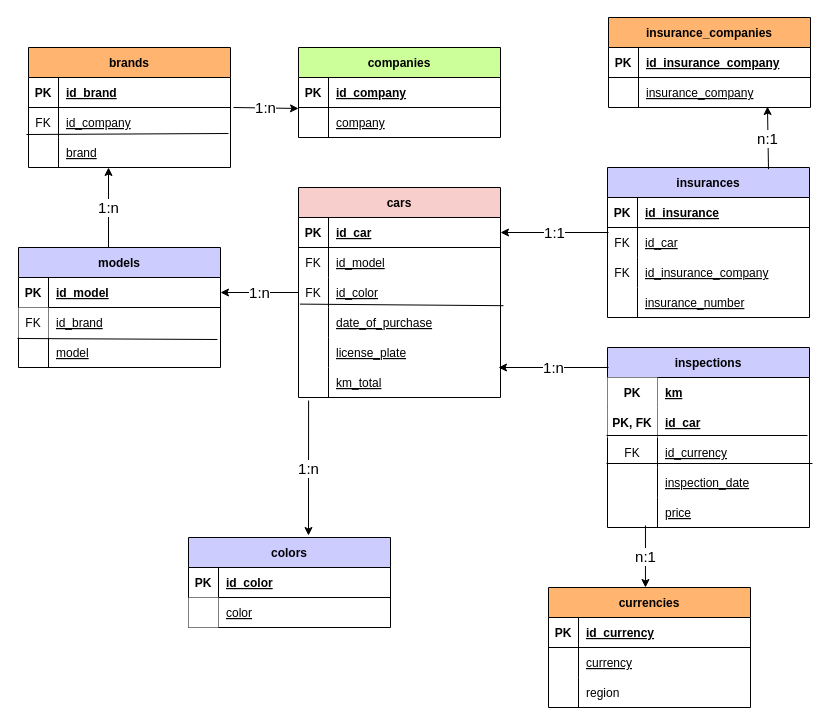
Before: diagrama.drawio in CGraciolli/Normalized-ER-Model-And-SQL-Query, a draw.io diagram. Source tidied: cells renumbered, new cells numbered last; positions are measured from the earlier drawing's top-left corner, leaving out a move shared by most shapes. Both pictures are drawn from the tidied source at 100%, with x=0, y=0 at pixel (18, 17).
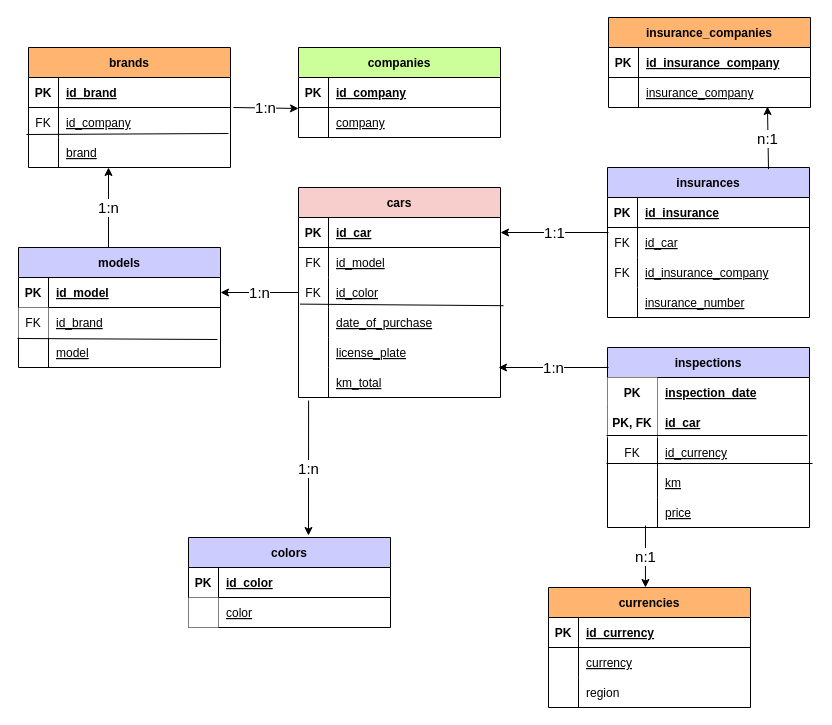
Above is the later version.

The change refers to these unchanged cells:
```xml
<mxCell id="48" style="shape=partialRectangle;fillColor=none;top=0;left=0;right=0;bottom=0;" parent="47" vertex="1">
  <mxGeometry y="30" width="202" height="30" as="geometry" />
</mxCell>
<mxCell id="57" style="shape=partialRectangle;fillColor=none;top=0;left=0;right=0;bottom=0;" parent="47" vertex="1">
  <mxGeometry y="120" width="202" height="30" as="geometry" />
</mxCell>
```

What changed in the source:
```diff
@@
-    <mxCell id="50" value="km" style="shape=partialRectangle;overflow=hidden;fillColor=none;top=0;left=0;bottom=0;right=0;align=left;spacingLeft=6;fontStyle=5;" parent="48" vertex="1">
+    <mxCell id="50" value="inspection_date" style="shape=partialRectangle;overflow=hidden;fillColor=none;top=0;left=0;bottom=0;right=0;align=left;spacingLeft=6;fontStyle=5;" parent="48" vertex="1">
       <mxGeometry x="50" width="152" height="30" as="geometry" />
     </mxCell>
@@
-    <mxCell id="59" value="inspection_date" style="shape=partialRectangle;overflow=hidden;fillColor=none;top=0;left=0;bottom=0;right=0;align=left;spacingLeft=6;fontStyle=4;" parent="57" vertex="1">
+    <mxCell id="59" value="km" style="shape=partialRectangle;overflow=hidden;fillColor=none;top=0;left=0;bottom=0;right=0;align=left;spacingLeft=6;fontStyle=4;" parent="57" vertex="1">
       <mxGeometry x="50" width="152" height="30" as="geometry" />
     </mxCell>
```
